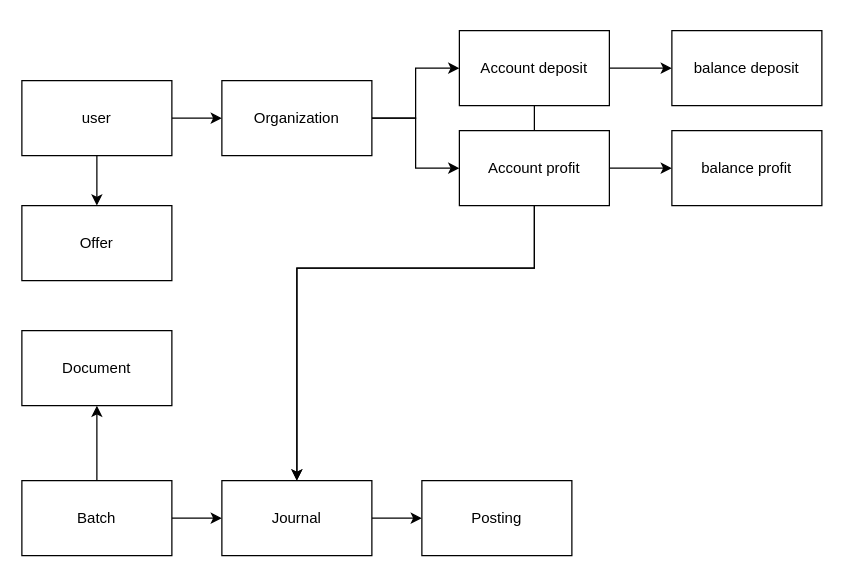
This is page "Roman" (9 of 9) of Wallet_Blogix.drawio from Go0kie/Diagrams, a draw.io file, before an edit. Source tidied: cells renumbered, new cells numbered last; positions are measured from the earlier drawing's top-left corner, leaving out a move shared by most shapes. Both pictures are drawn from the tidied source at 125%, with x=0, y=0 at pixel (21, 30).
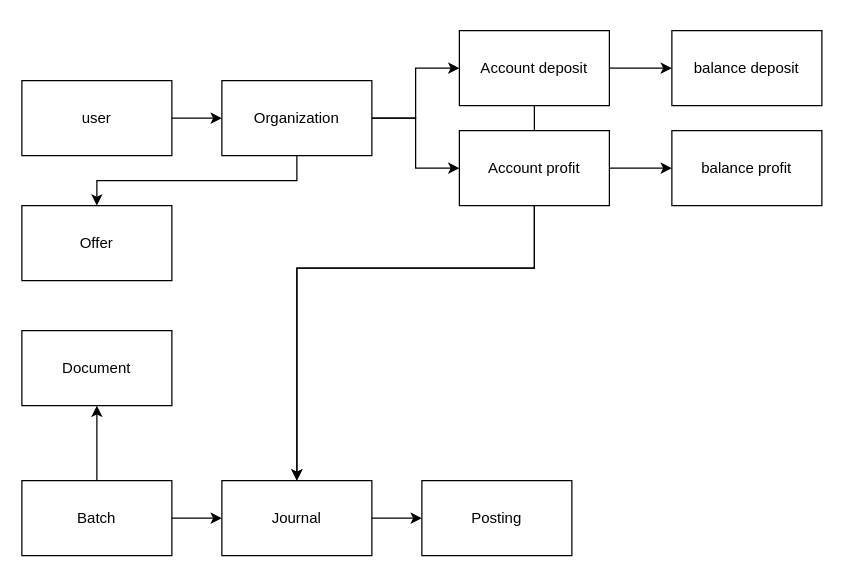
The same diagram, later.

Unchanged cells that the change refers to:
```xml
<mxCell id="4" value="Organization" style="rounded=0;whiteSpace=wrap;html=1;" parent="1" vertex="1">
  <mxGeometry x="160" y="40" width="120" height="60" as="geometry" />
</mxCell>
<mxCell id="15" value="user" style="rounded=0;whiteSpace=wrap;html=1;" parent="1" vertex="1">
  <mxGeometry y="40" width="120" height="60" as="geometry" />
</mxCell>
<mxCell id="22" value="Offer" style="rounded=0;whiteSpace=wrap;html=1;" parent="1" vertex="1">
  <mxGeometry y="140" width="120" height="60" as="geometry" />
</mxCell>
```

What changed in the source:
```diff
@@
+    <mxCell id="24" style="edgeStyle=orthogonalEdgeStyle;rounded=0;jettySize=auto;html=1;entryX=0.5;entryY=0;entryDx=0;entryDy=0;exitX=0.5;exitY=1;exitDx=0;exitDy=0;" parent="1" edge="1" source="4" target="22">
+      <mxGeometry relative="1" as="geometry" />
+    </mxCell>
@@
-    <mxCell id="14" style="edgeStyle=orthogonalEdgeStyle;rounded=0;jettySize=auto;html=1;entryX=0.5;entryY=0;entryDx=0;entryDy=0;" parent="1" edge="1" source="15" target="22">
-      <mxGeometry relative="1" as="geometry" />
-    </mxCell>
```
